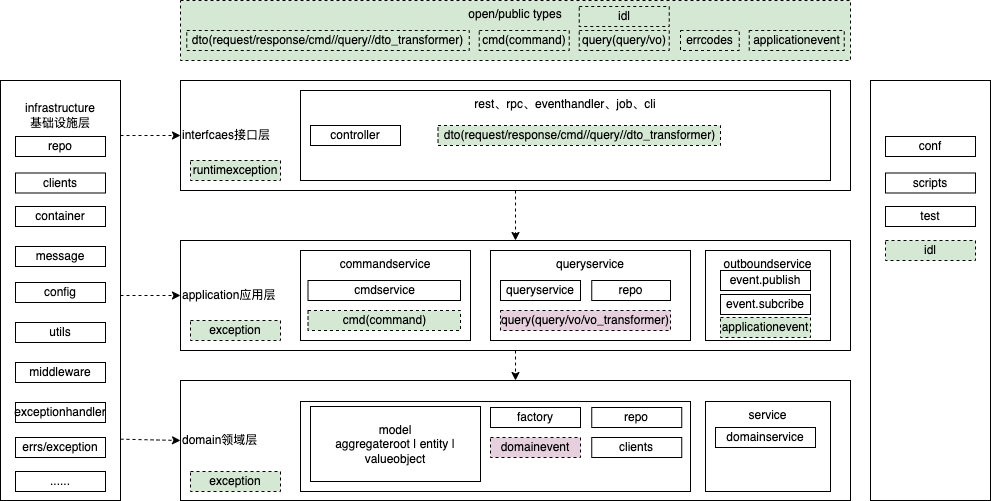
This is ddd_arch.drawio.png from junneyang/xxproject, a draw.io export, as it was before one commit. Source tidied: cells renumbered, new cells last; positions are measured from the earlier drawing's top-left corner, leaving out a move shared by most shapes.
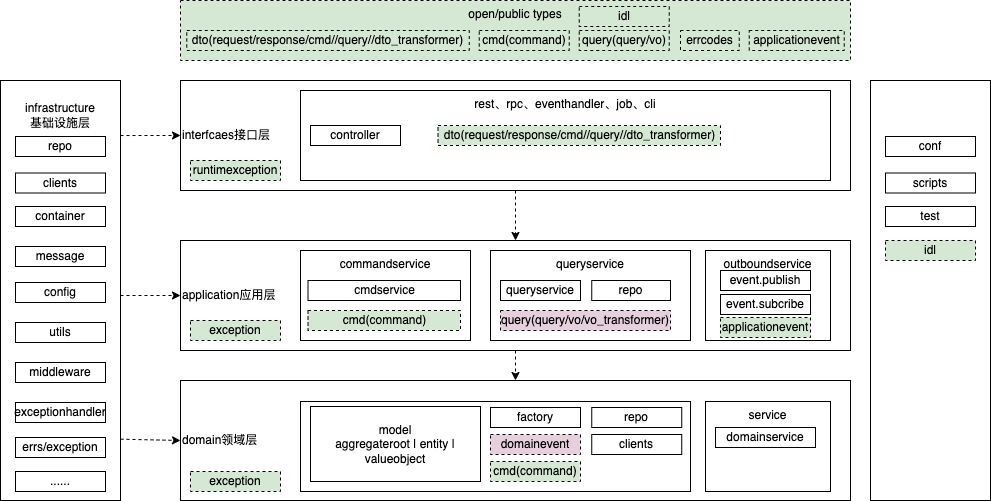
After the commit.

What changed in the source:
```diff
@@ -18,7 +18,7 @@
       <mxGeometry x="591.2" y="407" width="90" height="20" as="geometry" />
     </mxCell>
     <mxCell id="7" value="domainevent" style="rounded=0;whiteSpace=wrap;dashed=1;fillColor=#E6D0DE;" parent="1" vertex="1">
-      <mxGeometry x="490" y="437" width="90" height="20" as="geometry" />
+      <mxGeometry x="490" y="434" width="90" height="20" as="geometry" />
     </mxCell>
     <mxCell id="8" value="application应用层" style="rounded=0;whiteSpace=wrap;align=left;" parent="1" vertex="1">
       <mxGeometry x="180" y="240" width="670" height="110" as="geometry" />
@@ -50,11 +50,11 @@
     <mxCell id="17" style="endArrow=classic;html=1;exitX=0.5;exitY=1;exitDx=0;exitDy=0;dashed=1;" parent="1" edge="1" source="13" target="8">
       <mxGeometry relative="1" as="geometry" />
     </mxCell>
-    <mxCell id="18" style="edgeStyle=orthogonalEdgeStyle;rounded=0;jettySize=auto;html=1;dashed=1;strokeWidth=1;fontStyle=0;" parent="1" edge="1" target="8">
-      <mxGeometry relative="1" as="geometry">
-        <mxPoint x="120" y="295" as="sourcePoint" />
-      </mxGeometry>
-    </mxCell>
+    <mxCell id="58" style="edgeStyle=orthogonalEdgeStyle;rounded=0;jettySize=auto;html=1;dashed=1;strokeWidth=1;fontStyle=0;" parent="1" edge="1" target="8">
+      <mxGeometry relative="1" as="geometry">
+        <mxPoint x="120" y="295" as="sourcePoint" />
+      </mxGeometry>
+    </mxCell>
     <mxCell id="19" value="&#10;infrastructure&#10;基础设施层" style="rounded=0;whiteSpace=wrap;align=center;verticalAlign=top;" parent="1" vertex="1">
       <mxGeometry y="80" width="120" height="420" as="geometry" />
     </mxCell>
@@ -170,7 +170,10 @@
       <mxGeometry x="578.8" y="6" width="90" height="20" as="geometry" />
     </mxCell>
     <mxCell id="57" value="clients" style="rounded=0;whiteSpace=wrap;" parent="1" vertex="1">
-      <mxGeometry x="591.2" y="437" width="90" height="20" as="geometry" />
+      <mxGeometry x="591.2" y="434" width="90" height="20" as="geometry" />
     </mxCell>
+    <mxCell id="59" value="cmd(command)" style="rounded=0;whiteSpace=wrap;fillColor=#D5E8D4;dashed=1;" parent="1" vertex="1">
+      <mxGeometry x="490" y="461" width="90" height="20" as="geometry" />
+    </mxCell>
   </root>
 </mxGraphModel>
```
